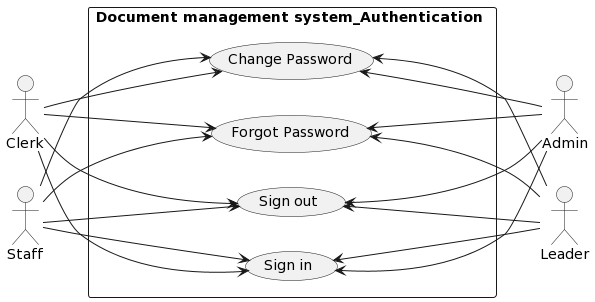
khoapham1003/SE357-Pratice-class keeps this PlantUML diagram as Lab1/Lab1.2/UseCaseDiagram/Authentication UseCase/Authentication UseCase.png. Above is the earlier version. The source it was exported from:
```plantuml
@startuml
left to right direction
skinparam packageStyle rectangle
actor Clerk as Clerk
actor Admin as Admin
actor Staff as Staff
actor Leader as Leader

rectangle "Document management system_Authentication " {

Admin -up-> (Sign in)
Admin -up-> (Sign out)
Admin -up-> (Forgot Password)
Admin -up-> (Change Password)

Leader -up-> (Sign in)
Leader -up-> (Sign out)
Leader -up-> (Forgot Password)
Leader -up-> (Change Password)



Clerk --> (Sign in)
Clerk --> (Sign out)
Clerk --> (Forgot Password)
Clerk --> (Change Password)


Staff --> (Sign in)
Staff --> (Sign out)
Staff --> (Forgot Password)
Staff --> (Change Password)

}
@enduml
```
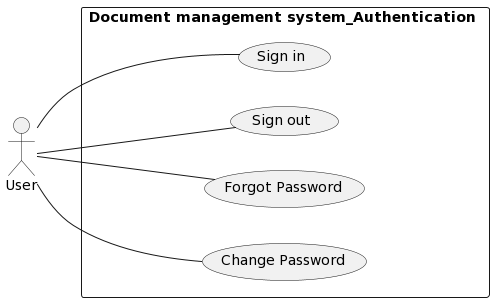
After the commit.

What changed in the source:
```diff
@@ -1,35 +1,13 @@
 @startuml
 left to right direction
 skinparam packageStyle rectangle
-actor Clerk as Clerk
-actor Admin as Admin
-actor Staff as Staff
-actor Leader as Leader
+actor User as User
 
 rectangle "Document management system_Authentication " {
 
-Admin -up-> (Sign in)
-Admin -up-> (Sign out)
-Admin -up-> (Forgot Password)
-Admin -up-> (Change Password)
-
-Leader -up-> (Sign in)
-Leader -up-> (Sign out)
-Leader -up-> (Forgot Password)
-Leader -up-> (Change Password)
-
-
-
-Clerk --> (Sign in)
-Clerk --> (Sign out)
-Clerk --> (Forgot Password)
-Clerk --> (Change Password)
-
-
-Staff --> (Sign in)
-Staff --> (Sign out)
-Staff --> (Forgot Password)
-Staff --> (Change Password)
-
+User -- (Sign in)
+User -- (Sign out)
+User -- (Forgot Password)
+User -- (Change Password)
 }
 @enduml
```
